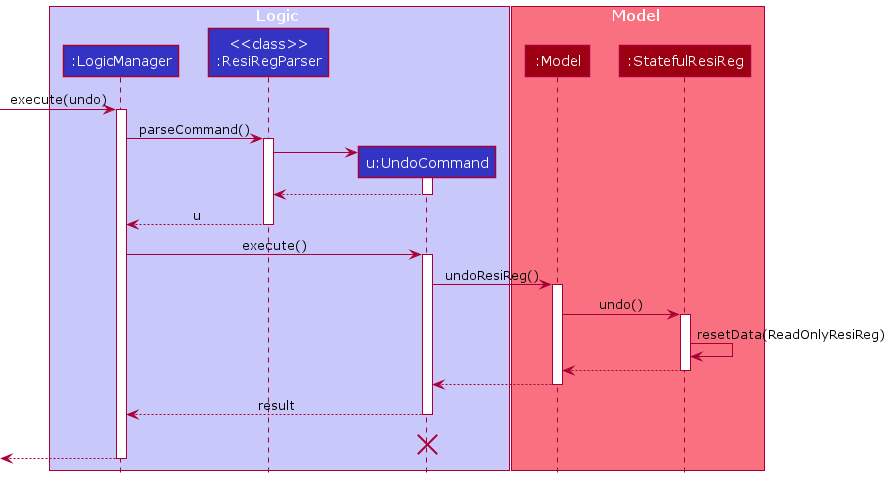
Earlier version of the PlantUML export docs/images/UndoSequenceDiagram.png (nus-cs2103-AY2021S1/tp).
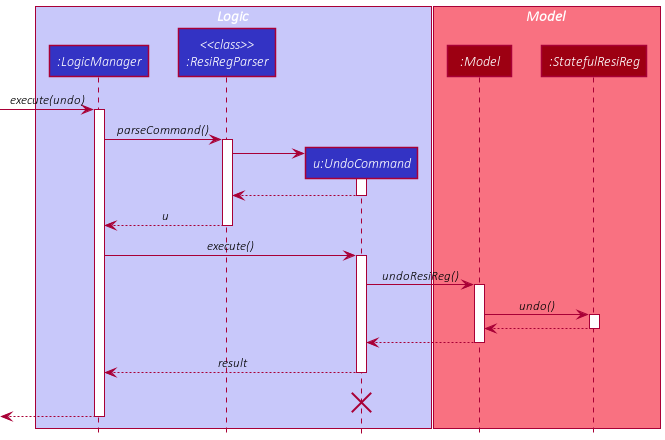
Above is the later version.

The edit, as a diff of the source:
```diff
@@ -36,7 +36,6 @@
 Model -> StatefulResiReg : undo()
 activate StatefulResiReg
 
-StatefulResiReg -> StatefulResiReg :resetData(ReadOnlyResiReg)
 StatefulResiReg --> Model :
 deactivate StatefulResiReg
 
```
